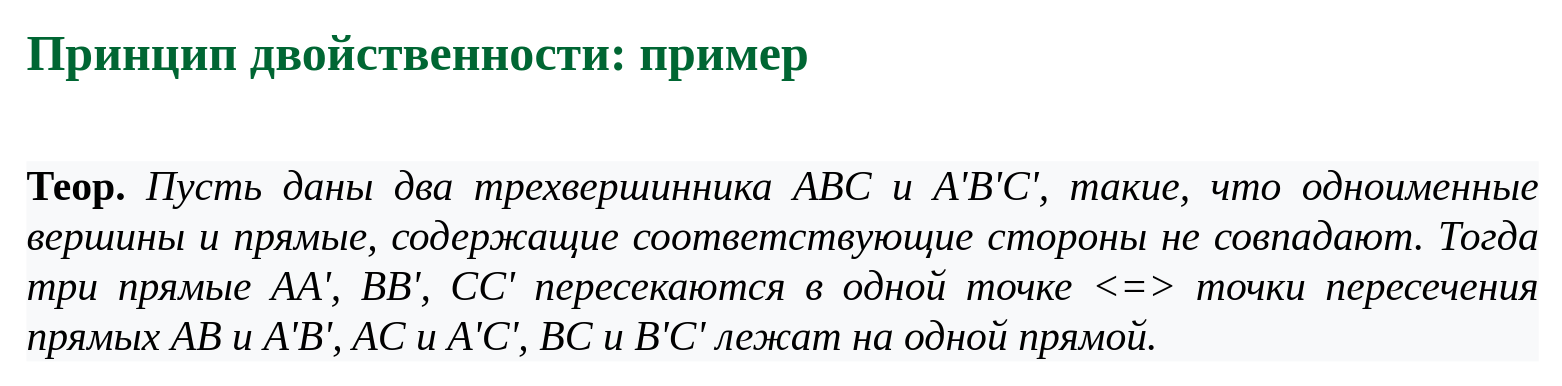
amcp-pit/geom_course keeps this draw.io diagram as page "p21" (25 of 29) of slides/proj_plane.drawio. Above is the earlier version. Source tidied: cells renumbered, new cells numbered last; positions are measured from the earlier drawing's top-left corner, leaving out a move shared by most shapes. Both pictures are drawn from the tidied source at 139%, with x=0, y=0 at pixel (24, 39).
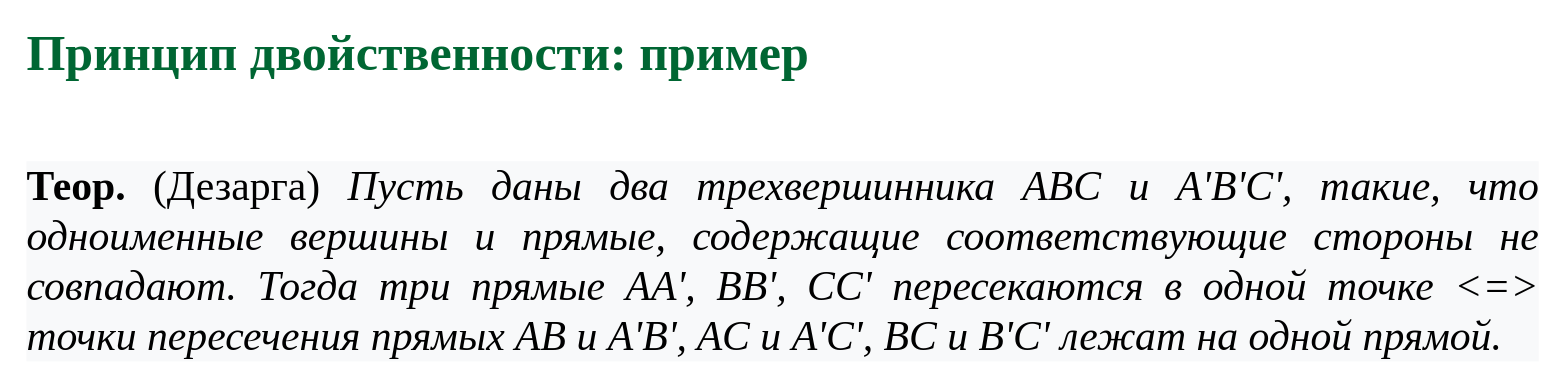
After the change.

Diff of the diagram source:
```diff
@@
 <mxGraphModel>
   <root>
     <mxCell id="0" />
     <mxCell id="1" parent="0" />
     <mxCell id="2" value="&lt;font color=&quot;#006633&quot; face=&quot;garamond&quot;&gt;&lt;span style=&quot;font-size: 36px&quot;&gt;&lt;b&gt;Принцип двойственности: пример&lt;/b&gt;&lt;/span&gt;&lt;/font&gt;" style="text;html=1;align=left;verticalAlign=middle;whiteSpace=wrap;rounded=0;" parent="1" vertex="1">
       <mxGeometry width="920" height="20" as="geometry" />
     </mxCell>
-    <mxCell id="3" value="&lt;div style=&quot;color: rgb(0 , 0 , 0) ; font-family: &amp;#34;helvetica&amp;#34; ; letter-spacing: normal ; text-indent: 0px ; text-transform: none ; word-spacing: 0px ; background-color: rgb(248 , 249 , 250) ; text-align: justify ; font-size: 30px&quot;&gt;&lt;span style=&quot;font-family: &amp;#34;times new roman&amp;#34;&quot;&gt;&lt;font style=&quot;font-size: 30px&quot;&gt;&lt;b&gt;Теор.&lt;i&gt; &lt;/i&gt;&lt;/b&gt;&lt;i&gt;Пусть даны два трехвершинника ABC и A'B'C', такие, что одноименные вершины и прямые, содержащие соответствующие стороны не совпадают&lt;/i&gt;&lt;/font&gt;&lt;/span&gt;&lt;i style=&quot;font-family: &amp;#34;times new roman&amp;#34;&quot;&gt;. Тогда три прямые AA', BB', CC' пересекаются в одной точке &amp;lt;=&amp;gt; точки пересечения прямых AB и A'B', AC и A'C', BC и B'C' лежат на одной прямой.&amp;nbsp;&amp;nbsp;&lt;/i&gt;&lt;/div&gt;" style="text;whiteSpace=wrap;html=1;" parent="1" vertex="1">
+    <mxCell id="3" value="&lt;div style=&quot;color: rgb(0 , 0 , 0) ; font-family: &amp;#34;helvetica&amp;#34; ; letter-spacing: normal ; text-indent: 0px ; text-transform: none ; word-spacing: 0px ; background-color: rgb(248 , 249 , 250) ; text-align: justify ; font-size: 30px&quot;&gt;&lt;span style=&quot;font-family: &amp;#34;times new roman&amp;#34;&quot;&gt;&lt;font style=&quot;font-size: 30px&quot;&gt;&lt;b&gt;Теор.&lt;/b&gt;&lt;i style=&quot;font-weight: bold&quot;&gt;&amp;nbsp;&lt;/i&gt;(Дезарга)&lt;b&gt;&amp;nbsp;&lt;/b&gt;&lt;i&gt;Пусть даны два трехвершинника ABC и A'B'C', такие, что одноименные вершины и прямые, содержащие соответствующие стороны не совпадают&lt;/i&gt;&lt;/font&gt;&lt;/span&gt;&lt;i style=&quot;font-family: &amp;#34;times new roman&amp;#34;&quot;&gt;. Тогда три прямые AA', BB', CC' пересекаются в одной точке &amp;lt;=&amp;gt; точки пересечения прямых AB и A'B', AC и A'C', BC и B'C' лежат на одной прямой.&amp;nbsp;&amp;nbsp;&lt;/i&gt;&lt;/div&gt;" style="text;whiteSpace=wrap;html=1;" parent="1" vertex="1">
       <mxGeometry y="81" width="1090" height="70" as="geometry" />
     </mxCell>
   </root>
 </mxGraphModel>
```
